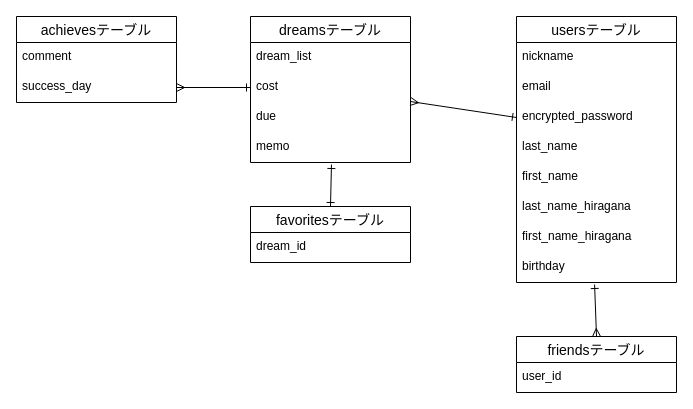
Before: original-app.dio in Shibasaki-Suzuka/original-app, a draw.io diagram. Source tidied: cells renumbered, new cells numbered last; positions are measured from the earlier drawing's top-left corner, leaving out a move shared by most shapes. Both pictures are drawn from the tidied source at 100%, with x=0, y=0 at pixel (16, 16).
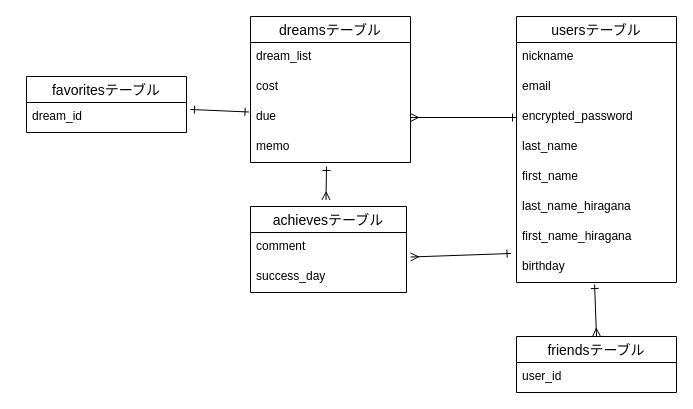
Above is the later version.

The change refers to these unchanged cells:
```xml
<mxCell id="5" value="encrypted_password" style="text;strokeColor=none;fillColor=none;spacingLeft=4;spacingRight=4;overflow=hidden;points=[[0,0.5],[1,0.5]];portConstraint=eastwest;fontSize=12;" parent="2" vertex="1">
  <mxGeometry y="86" width="160" height="30" as="geometry" />
</mxCell>
<mxCell id="10" value="birthday" style="text;strokeColor=none;fillColor=none;spacingLeft=4;spacingRight=4;overflow=hidden;points=[[0,0.5],[1,0.5]];portConstraint=eastwest;fontSize=12;" parent="2" vertex="1">
  <mxGeometry y="236" width="160" height="30" as="geometry" />
</mxCell>
<mxCell id="12" value="dreamsテーブル" style="swimlane;fontStyle=0;horizontal=1;startSize=26;align=center;fontSize=14;" parent="1" vertex="1">
  <mxGeometry x="234" width="160" height="146" as="geometry" />
</mxCell>
<mxCell id="14" value="cost" style="text;strokeColor=none;fillColor=none;spacingLeft=4;spacingRight=4;overflow=hidden;points=[[0,0.5],[1,0.5]];portConstraint=eastwest;fontSize=12;" parent="12" vertex="1">
  <mxGeometry y="56" width="160" height="30" as="geometry" />
</mxCell>
<mxCell id="15" value="due" style="text;strokeColor=none;fillColor=none;spacingLeft=4;spacingRight=4;overflow=hidden;points=[[0,0.5],[1,0.5]];portConstraint=eastwest;fontSize=12;" parent="12" vertex="1">
  <mxGeometry y="86" width="160" height="30" as="geometry" />
</mxCell>
<mxCell id="16" value="memo" style="text;strokeColor=none;fillColor=none;spacingLeft=4;spacingRight=4;overflow=hidden;points=[[0,0.5],[1,0.5]];portConstraint=eastwest;fontSize=12;" parent="12" vertex="1">
  <mxGeometry y="116" width="160" height="30" as="geometry" />
</mxCell>
<mxCell id="22" value="dream_id" style="text;strokeColor=none;fillColor=none;spacingLeft=4;spacingRight=4;overflow=hidden;points=[[0,0.5],[1,0.5]];portConstraint=eastwest;fontSize=12;" parent="21" vertex="1">
  <mxGeometry y="26" width="160" height="30" as="geometry" />
</mxCell>
```

Change to the diagram source:
```diff
@@
-    <mxCell id="11" style="edgeStyle=none;html=1;entryX=0;entryY=0.5;entryDx=0;entryDy=0;startArrow=ERmany;startFill=0;endArrow=ERone;endFill=0;" parent="1" edge="1" source="12" target="5">
+    <mxCell id="11" style="edgeStyle=none;html=1;entryX=0;entryY=0.5;entryDx=0;entryDy=0;startArrow=ERmany;startFill=0;endArrow=ERone;endFill=0;exitX=1;exitY=0.5;exitDx=0;exitDy=0;" parent="1" edge="1" source="15" target="5">
       <mxGeometry relative="1" as="geometry" />
     </mxCell>
@@
-    <mxCell id="20" style="edgeStyle=none;html=1;exitX=0.5;exitY=0;exitDx=0;exitDy=0;startArrow=ERone;startFill=0;endArrow=ERone;endFill=0;entryX=0.506;entryY=1.067;entryDx=0;entryDy=0;entryPerimeter=0;" parent="1" edge="1" source="21" target="16">
+    <mxCell id="20" style="edgeStyle=none;html=1;exitX=1.025;exitY=0.233;exitDx=0;exitDy=0;startArrow=ERone;startFill=0;endArrow=ERone;endFill=0;entryX=-0.009;entryY=1.317;entryDx=0;entryDy=0;entryPerimeter=0;exitPerimeter=0;" parent="1" edge="1" source="22" target="14">
       <mxGeometry relative="1" as="geometry" />
     </mxCell>
     <mxCell id="21" value="favoritesテーブル" style="swimlane;fontStyle=0;horizontal=1;startSize=26;align=center;fontSize=14;" parent="1" vertex="1">
-      <mxGeometry x="234" y="190" width="160" height="56" as="geometry" />
+      <mxGeometry x="10" y="60" width="160" height="56" as="geometry" />
     </mxCell>
@@
     <mxCell id="23" value="achievesテーブル" style="swimlane;fontStyle=0;horizontal=1;startSize=26;align=center;fontSize=14;" parent="1" vertex="1">
-      <mxGeometry width="160" height="86" as="geometry" />
+      <mxGeometry x="234" y="190" width="156" height="86" as="geometry" />
     </mxCell>
     <mxCell id="24" value="comment" style="text;strokeColor=none;fillColor=none;spacingLeft=4;spacingRight=4;overflow=hidden;fontSize=12;" parent="23" vertex="1">
-      <mxGeometry y="26" width="160" height="30" as="geometry" />
+      <mxGeometry y="26" width="156" height="30" as="geometry" />
     </mxCell>
     <mxCell id="25" value="success_day" style="text;strokeColor=none;fillColor=none;spacingLeft=4;spacingRight=4;overflow=hidden;points=[[0,0.5],[1,0.5]];portConstraint=eastwest;fontSize=12;" parent="23" vertex="1">
-      <mxGeometry y="56" width="160" height="30" as="geometry" />
+      <mxGeometry y="56" width="156" height="30" as="geometry" />
     </mxCell>
-    <mxCell id="26" style="edgeStyle=none;html=1;exitX=1;exitY=0.5;exitDx=0;exitDy=0;entryX=0;entryY=0.5;entryDx=0;entryDy=0;startArrow=ERmany;startFill=0;endArrow=ERone;endFill=0;" parent="1" edge="1" source="25" target="14">
-      <mxGeometry relative="1" as="geometry" />
+    <mxCell id="26" style="edgeStyle=none;html=1;exitX=0.484;exitY=-0.076;exitDx=0;exitDy=0;startArrow=ERmany;startFill=0;endArrow=ERone;endFill=0;exitPerimeter=0;" parent="1" edge="1" source="23">
+      <mxGeometry relative="1" as="geometry">
+        <mxPoint x="310" y="150" as="targetPoint" />
+      </mxGeometry>
     </mxCell>
+    <mxCell id="27" style="edgeStyle=none;html=1;entryX=-0.034;entryY=0.033;entryDx=0;entryDy=0;startArrow=ERmany;startFill=0;endArrow=ERone;endFill=0;entryPerimeter=0;exitX=1.026;exitY=-0.183;exitDx=0;exitDy=0;exitPerimeter=0;" parent="1" edge="1" source="25" target="10">
+      <mxGeometry relative="1" as="geometry" />
+    </mxCell>
```
